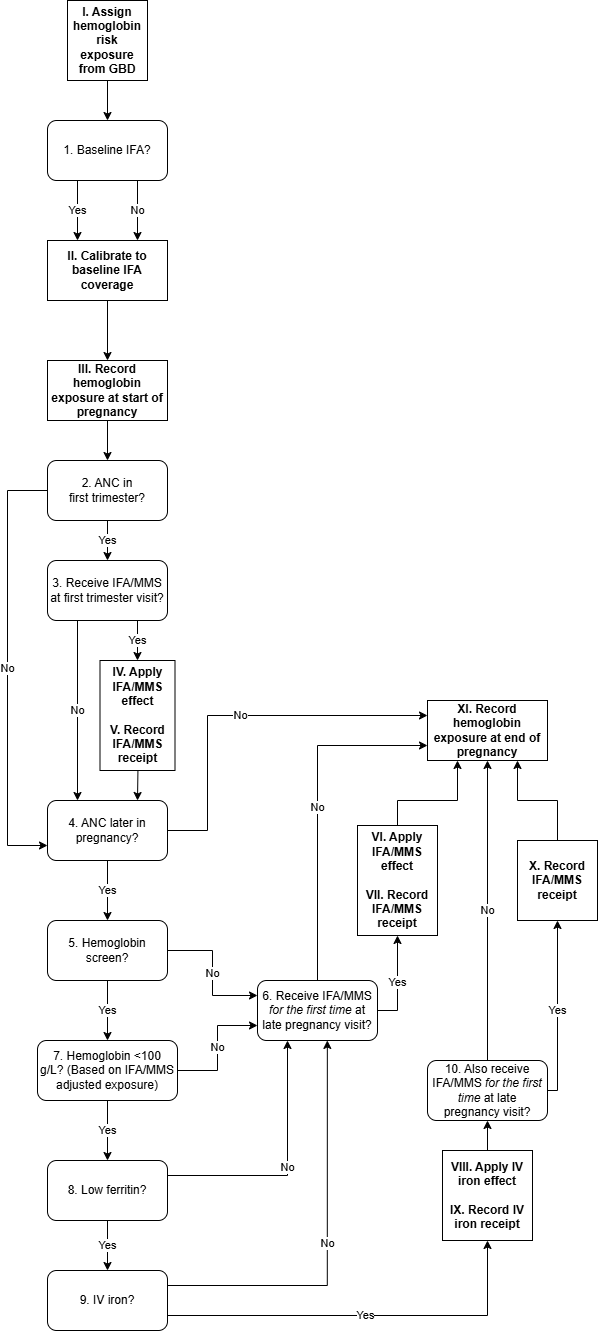
Before: docs/source/models/concept_models/vivarium_mncnh_portfolio/hemoglobin_component/hemoglobin_component.png, a diagram exported from draw.io (ihmeuw/vivarium_research). Source tidied: cells renumbered, new cells last; positions are measured from the earlier drawing's top-left corner, leaving out a move shared by most shapes.
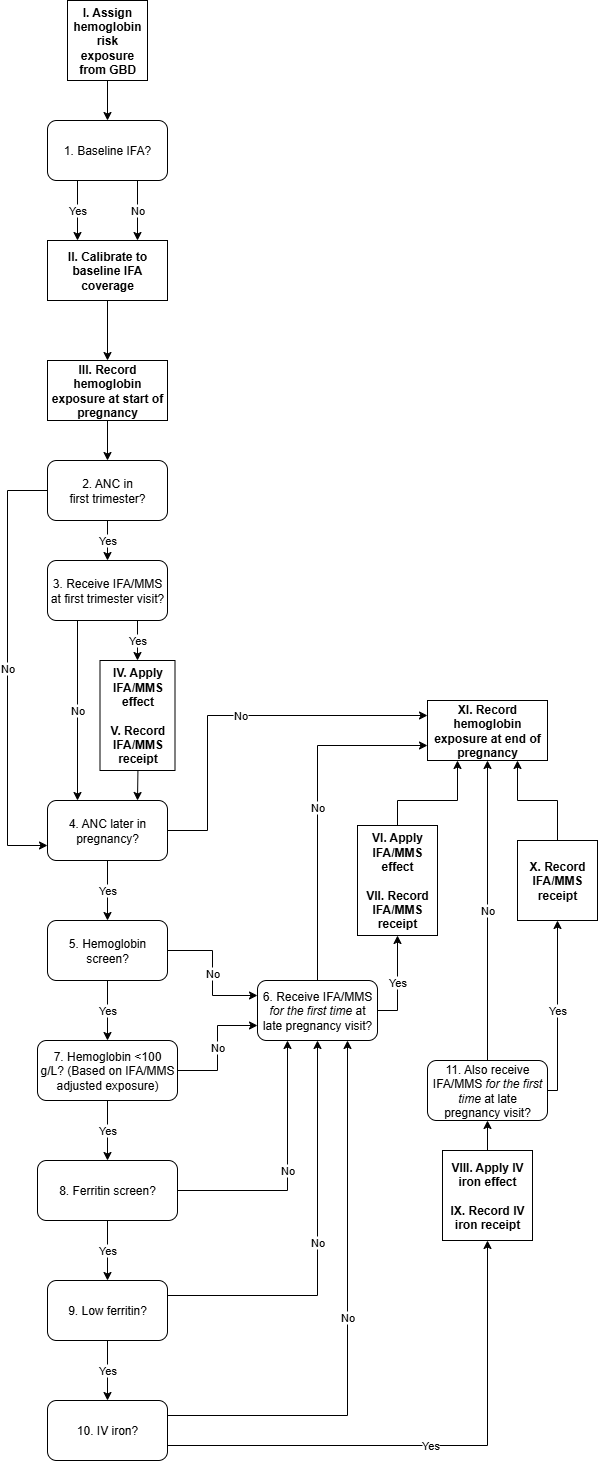
After the commit.

Commit message:
Update hemoglobin diagram and corresponding table

Change to the diagram source:
```diff
@@ -57,7 +57,7 @@
     <mxCell id="16" value="5. Hemoglobin screen?" style="rounded=1;whiteSpace=wrap;html=1;" parent="1" vertex="1">
       <mxGeometry x="40" y="920" width="120" height="60" as="geometry" />
     </mxCell>
-    <mxCell id="17" value="Yes" style="edgeStyle=orthogonalEdgeStyle;rounded=0;jettySize=auto;html=1;entryX=0.5;entryY=0;entryDx=0;entryDy=0;" parent="1" edge="1" source="19" target="21">
+    <mxCell id="17" value="Yes" style="edgeStyle=orthogonalEdgeStyle;rounded=0;jettySize=auto;html=1;entryX=0.5;entryY=0;entryDx=0;entryDy=0;" parent="1" edge="1" source="19" target="49">
       <mxGeometry relative="1" as="geometry" />
     </mxCell>
     <mxCell id="18" value="No" style="edgeStyle=orthogonalEdgeStyle;rounded=0;jettySize=auto;html=1;entryX=0;entryY=0.75;entryDx=0;entryDy=0;" parent="1" edge="1" source="19" target="25">
@@ -69,10 +69,10 @@
     <mxCell id="20" value="Yes" style="edgeStyle=orthogonalEdgeStyle;rounded=0;jettySize=auto;html=1;entryX=0.5;entryY=0;entryDx=0;entryDy=0;" parent="1" edge="1" source="21" target="37">
       <mxGeometry relative="1" as="geometry" />
     </mxCell>
-    <mxCell id="21" value="8. Low ferritin?" style="rounded=1;whiteSpace=wrap;html=1;" parent="1" vertex="1">
-      <mxGeometry x="40" y="1160" width="120" height="60" as="geometry" />
+    <mxCell id="21" value="9. Low ferritin?" style="rounded=1;whiteSpace=wrap;html=1;" parent="1" vertex="1">
+      <mxGeometry x="40" y="1280" width="120" height="60" as="geometry" />
     </mxCell>
-    <mxCell id="22" value="No" style="edgeStyle=orthogonalEdgeStyle;rounded=0;jettySize=auto;html=1;exitX=1;exitY=0.25;exitDx=0;exitDy=0;entryX=0.25;entryY=1;entryDx=0;entryDy=0;" parent="1" edge="1" source="21" target="25">
+    <mxCell id="22" value="No" style="edgeStyle=orthogonalEdgeStyle;rounded=0;jettySize=auto;html=1;exitX=1;exitY=0.25;exitDx=0;exitDy=0;entryX=0.5;entryY=1;entryDx=0;entryDy=0;" parent="1" edge="1" source="21" target="25">
       <mxGeometry relative="1" as="geometry" />
     </mxCell>
     <mxCell id="23" value="Yes" style="edgeStyle=orthogonalEdgeStyle;rounded=0;jettySize=auto;html=1;entryX=0.5;entryY=1;entryDx=0;entryDy=0;" parent="1" edge="1" source="25" target="44">
@@ -102,7 +102,7 @@
         </Array>
       </mxGeometry>
     </mxCell>
-    <mxCell id="28" value="10. Also receive IFA/MMS &lt;i&gt;for the first time&lt;/i&gt; at late pregnancy visit?" style="rounded=1;whiteSpace=wrap;html=1;" parent="1" vertex="1">
+    <mxCell id="28" value="11. Also receive IFA/MMS &lt;i&gt;for the first time&lt;/i&gt; at late pregnancy visit?" style="rounded=1;whiteSpace=wrap;html=1;" parent="1" vertex="1">
       <mxGeometry x="420" y="1060" width="120" height="60" as="geometry" />
     </mxCell>
     <mxCell id="29" style="edgeStyle=orthogonalEdgeStyle;rounded=0;jettySize=auto;html=1;entryX=0.75;entryY=1;entryDx=0;entryDy=0;" parent="1" edge="1" source="30" target="42">
@@ -137,10 +137,10 @@
     <mxCell id="36" value="Yes" style="edgeStyle=orthogonalEdgeStyle;rounded=0;jettySize=auto;html=1;entryX=0.5;entryY=1;entryDx=0;entryDy=0;exitX=1;exitY=0.75;exitDx=0;exitDy=0;" parent="1" edge="1" source="37" target="33">
       <mxGeometry relative="1" as="geometry" />
     </mxCell>
-    <mxCell id="37" value="9. IV iron?" style="rounded=1;whiteSpace=wrap;html=1;" parent="1" vertex="1">
-      <mxGeometry x="40" y="1270" width="120" height="60" as="geometry" />
+    <mxCell id="37" value="10. IV iron?" style="rounded=1;whiteSpace=wrap;html=1;" parent="1" vertex="1">
+      <mxGeometry x="40" y="1400" width="120" height="60" as="geometry" />
     </mxCell>
-    <mxCell id="38" value="No" style="edgeStyle=orthogonalEdgeStyle;rounded=0;jettySize=auto;html=1;exitX=1;exitY=0.25;exitDx=0;exitDy=0;entryX=0.582;entryY=0.999;entryDx=0;entryDy=0;entryPerimeter=0;" parent="1" edge="1" source="37" target="25">
+    <mxCell id="38" value="No" style="edgeStyle=orthogonalEdgeStyle;rounded=0;jettySize=auto;html=1;exitX=1;exitY=0.25;exitDx=0;exitDy=0;entryX=0.75;entryY=1;entryDx=0;entryDy=0;" parent="1" edge="1" source="37" target="25">
       <mxGeometry relative="1" as="geometry" />
     </mxCell>
     <mxCell id="39" value="I. Assign hemoglobin risk exposure from GBD" style="whiteSpace=wrap;html=1;fontStyle=1;" parent="1" vertex="1">
@@ -167,5 +167,14 @@
     <mxCell id="46" value="&lt;b&gt;II. Calibrate to baseline IFA coverage&lt;/b&gt;" style="rounded=0;whiteSpace=wrap;html=1;" parent="1" vertex="1">
       <mxGeometry x="40" y="240" width="120" height="60" as="geometry" />
     </mxCell>
+    <mxCell id="47" value="Yes" style="edgeStyle=orthogonalEdgeStyle;rounded=0;jettySize=auto;html=1;entryX=0.5;entryY=0;entryDx=0;entryDy=0;" parent="1" edge="1" source="49" target="21">
+      <mxGeometry relative="1" as="geometry" />
+    </mxCell>
+    <mxCell id="48" value="No" style="edgeStyle=orthogonalEdgeStyle;rounded=0;jettySize=auto;html=1;entryX=0.25;entryY=1;entryDx=0;entryDy=0;" parent="1" edge="1" source="49" target="25">
+      <mxGeometry relative="1" as="geometry" />
+    </mxCell>
+    <mxCell id="49" value="8. Ferritin screen?" style="rounded=1;whiteSpace=wrap;html=1;" parent="1" vertex="1">
+      <mxGeometry x="30" y="1160" width="140" height="60" as="geometry" />
+    </mxCell>
   </root>
 </mxGraphModel>
```
